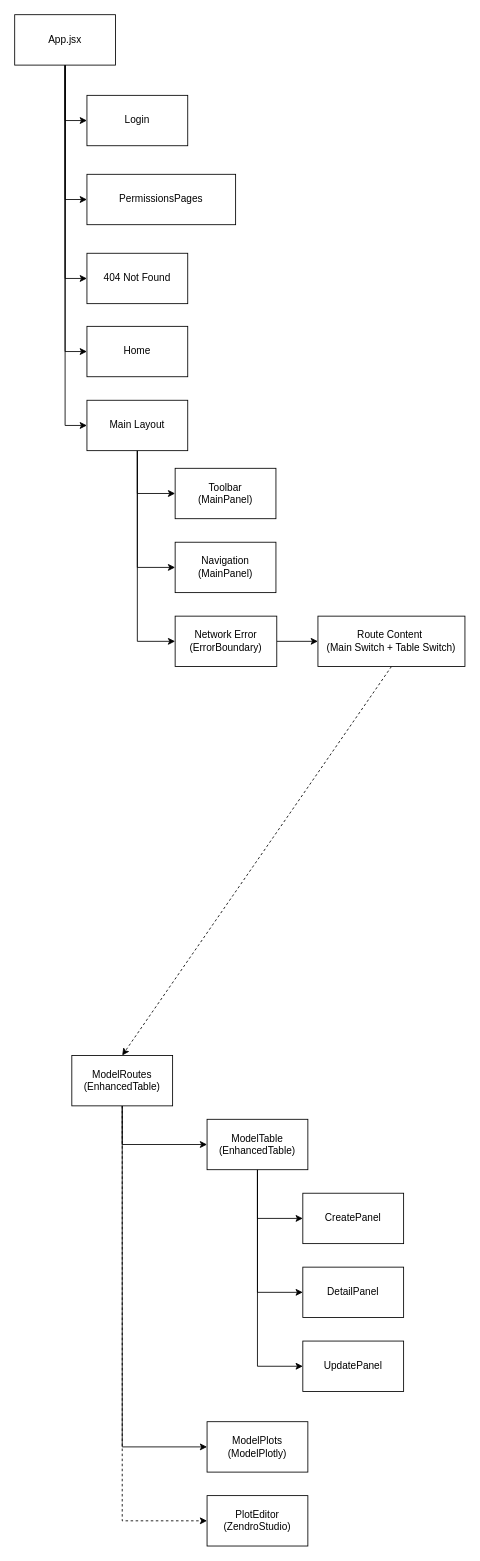
Earlier version of the draw.io diagram docs/app-design.drawio (Zendro-dev/Sandbox). Source tidied: cells renumbered, new cells numbered last; positions are measured from the earlier drawing's top-left corner, leaving out a move shared by most shapes. Both pictures are drawn from the tidied source at 84%, with x=0, y=0 at pixel (14, 14).
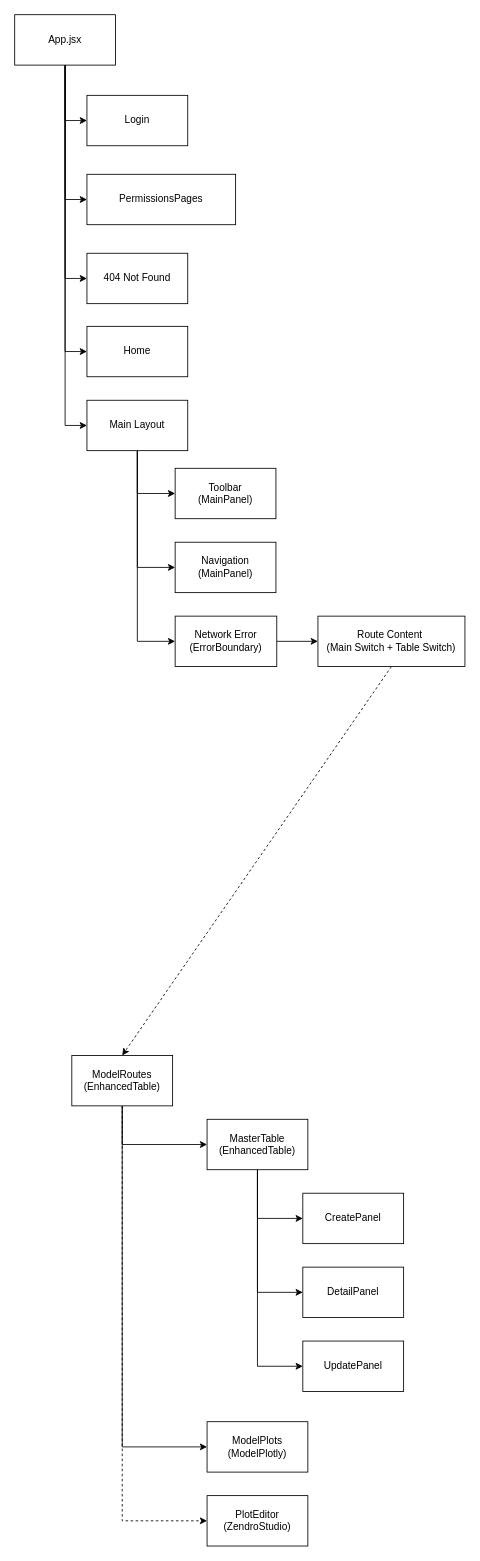
Above is the later version.

Commit message:
dcos: update design diagram

What changed in the source:
```diff
@@
-    <mxCell id="31" value="ModelTable&lt;br&gt;(EnhancedTable)" style="rounded=0;whiteSpace=wrap;html=1;" parent="1" vertex="1">
+    <mxCell id="31" value="MasterTable&lt;br&gt;(EnhancedTable)" style="rounded=0;whiteSpace=wrap;html=1;" parent="1" vertex="1">
       <mxGeometry x="229" y="1315" width="120" height="60" as="geometry" />
     </mxCell>
```
